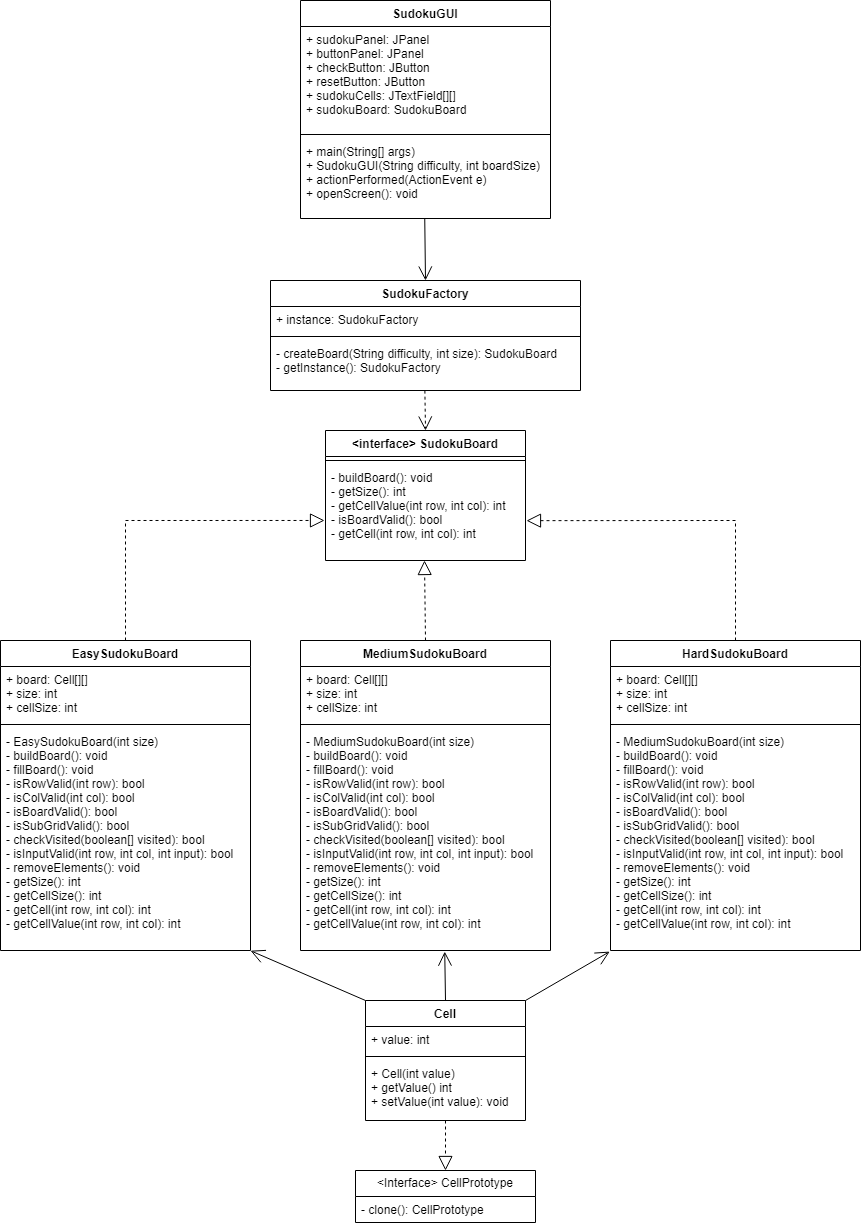
Earlier version of the draw.io export data/Prototype-UML.png (BrendanD7/Sudoku-DesignPatterns). Source tidied: cells renumbered, new cells last; positions are measured from the earlier drawing's top-left corner, leaving out a move shared by most shapes.
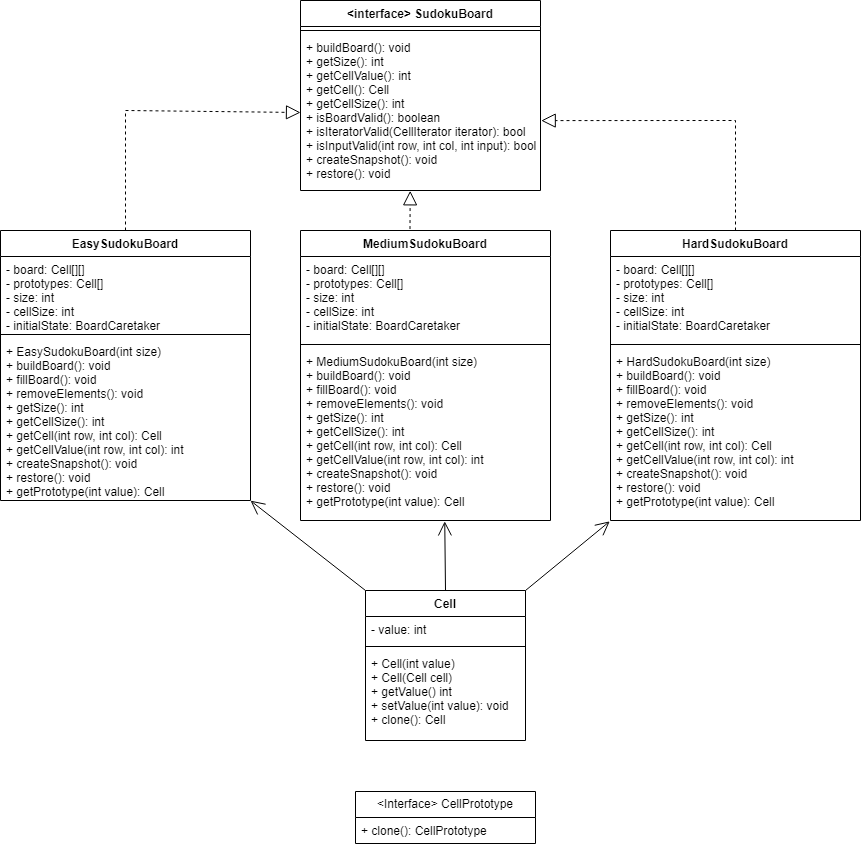
The same file after the commit.

What changed in the source:
```diff
@@ -3,130 +3,93 @@
     <mxCell id="0" />
     <mxCell id="1" parent="0" />
     <mxCell id="2" value="EasySudokuBoard" style="swimlane;fontStyle=1;align=center;verticalAlign=top;horizontal=1;startSize=26;" parent="1" vertex="1">
-      <mxGeometry y="640" width="250" height="310" as="geometry" />
+      <mxGeometry y="640" width="250" height="270" as="geometry" />
     </mxCell>
-    <mxCell id="3" value="+ board: Cell[][]&#10;+ size: int&#10;+ cellSize: int" style="text;strokeColor=none;fillColor=none;align=left;verticalAlign=top;spacingLeft=4;spacingRight=4;overflow=hidden;" parent="2" vertex="1">
-      <mxGeometry y="26" width="250" height="54" as="geometry" />
-    </mxCell>
-    <mxCell id="4" style="line;strokeWidth=1;fillColor=none;align=left;verticalAlign=middle;spacingTop=-1;spacingLeft=3;spacingRight=3;labelPosition=right;strokeColor=inherit;" parent="2" vertex="1">
-      <mxGeometry y="80" width="250" height="8" as="geometry" />
-    </mxCell>
-    <mxCell id="5" value="- EasySudokuBoard(int size)&#10;- buildBoard(): void&#10;- fillBoard(): void&#10;- isRowValid(int row): bool&#10;- isColValid(int col): bool&#10;- isBoardValid(): bool&#10;- isSubGridValid(): bool&#10;- checkVisited(boolean[] visited): bool&#10;- isInputValid(int row, int col, int input): bool&#10;- removeElements(): void&#10;- getSize(): int&#10;- getCellSize(): int&#10;- getCell(int row, int col): int&#10;- getCellValue(int row, int col): int&#10;" style="text;strokeColor=none;fillColor=none;align=left;verticalAlign=top;spacingLeft=4;spacingRight=4;overflow=hidden;points=[[0,0.5],[1,0.5]];portConstraint=eastwest;" parent="2" vertex="1">
-      <mxGeometry y="88" width="250" height="222" as="geometry" />
-    </mxCell>
+    <mxCell id="40" value="- board: Cell[][]&#10;- prototypes: Cell[]&#10;- size: int&#10;- cellSize: int&#10;- initialState: BoardCaretaker" style="text;strokeColor=none;fillColor=none;align=left;verticalAlign=top;spacingLeft=4;spacingRight=4;overflow=hidden;" parent="2" vertex="1">
+      <mxGeometry y="26" width="250" height="74" as="geometry" />
+    </mxCell>
+    <mxCell id="41" style="line;strokeWidth=1;fillColor=none;align=left;verticalAlign=middle;spacingTop=-1;spacingLeft=3;spacingRight=3;labelPosition=right;strokeColor=inherit;" parent="2" vertex="1">
+      <mxGeometry y="100" width="250" height="8" as="geometry" />
+    </mxCell>
+    <mxCell id="42" value="+ EasySudokuBoard(int size)&#10;+ buildBoard(): void&#10;+ fillBoard(): void&#10;+ removeElements(): void&#10;+ getSize(): int&#10;+ getCellSize(): int&#10;+ getCell(int row, int col): Cell&#10;+ getCellValue(int row, int col): int&#10;+ createSnapshot(): void&#10;+ restore(): void&#10;+ getPrototype(int value): Cell&#10;" style="text;strokeColor=none;fillColor=none;align=left;verticalAlign=top;spacingLeft=4;spacingRight=4;overflow=hidden;points=[[0,0.5],[1,0.5]];portConstraint=eastwest;" parent="2" vertex="1">
+      <mxGeometry y="108" width="250" height="162" as="geometry" />
+    </mxCell>
     <mxCell id="6" value="MediumSudokuBoard" style="swimlane;fontStyle=1;align=center;verticalAlign=top;horizontal=1;startSize=26;" parent="1" vertex="1">
-      <mxGeometry x="300" y="640" width="250" height="310" as="geometry" />
+      <mxGeometry x="300" y="640" width="250" height="290" as="geometry" />
     </mxCell>
-    <mxCell id="7" value="+ board: Cell[][]&#10;+ size: int&#10;+ cellSize: int" style="text;strokeColor=none;fillColor=none;align=left;verticalAlign=top;spacingLeft=4;spacingRight=4;overflow=hidden;" parent="6" vertex="1">
-      <mxGeometry y="26" width="250" height="54" as="geometry" />
-    </mxCell>
-    <mxCell id="8" style="line;strokeWidth=1;fillColor=none;align=left;verticalAlign=middle;spacingTop=-1;spacingLeft=3;spacingRight=3;labelPosition=right;strokeColor=inherit;" parent="6" vertex="1">
-      <mxGeometry y="80" width="250" height="8" as="geometry" />
-    </mxCell>
-    <mxCell id="9" value="- MediumSudokuBoard(int size)&#10;- buildBoard(): void&#10;- fillBoard(): void&#10;- isRowValid(int row): bool&#10;- isColValid(int col): bool&#10;- isBoardValid(): bool&#10;- isSubGridValid(): bool&#10;- checkVisited(boolean[] visited): bool&#10;- isInputValid(int row, int col, int input): bool&#10;- removeElements(): void&#10;- getSize(): int&#10;- getCellSize(): int&#10;- getCell(int row, int col): int&#10;- getCellValue(int row, int col): int&#10;" style="text;strokeColor=none;fillColor=none;align=left;verticalAlign=top;spacingLeft=4;spacingRight=4;overflow=hidden;points=[[0,0.5],[1,0.5]];portConstraint=eastwest;" parent="6" vertex="1">
-      <mxGeometry y="88" width="250" height="222" as="geometry" />
-    </mxCell>
+    <mxCell id="43" value="- board: Cell[][]&#10;- prototypes: Cell[]&#10;- size: int&#10;- cellSize: int&#10;- initialState: BoardCaretaker" style="text;strokeColor=none;fillColor=none;align=left;verticalAlign=top;spacingLeft=4;spacingRight=4;overflow=hidden;" parent="6" vertex="1">
+      <mxGeometry y="26" width="250" height="84" as="geometry" />
+    </mxCell>
+    <mxCell id="44" style="line;strokeWidth=1;fillColor=none;align=left;verticalAlign=middle;spacingTop=-1;spacingLeft=3;spacingRight=3;labelPosition=right;strokeColor=inherit;" parent="6" vertex="1">
+      <mxGeometry y="110" width="250" height="8" as="geometry" />
+    </mxCell>
+    <mxCell id="45" value="+ MediumSudokuBoard(int size)&#10;+ buildBoard(): void&#10;+ fillBoard(): void&#10;+ removeElements(): void&#10;+ getSize(): int&#10;+ getCellSize(): int&#10;+ getCell(int row, int col): Cell&#10;+ getCellValue(int row, int col): int&#10;+ createSnapshot(): void&#10;+ restore(): void&#10;+ getPrototype(int value): Cell&#10;" style="text;strokeColor=none;fillColor=none;align=left;verticalAlign=top;spacingLeft=4;spacingRight=4;overflow=hidden;points=[[0,0.5],[1,0.5]];portConstraint=eastwest;" parent="6" vertex="1">
+      <mxGeometry y="118" width="250" height="172" as="geometry" />
+    </mxCell>
     <mxCell id="10" value="HardSudokuBoard" style="swimlane;fontStyle=1;align=center;verticalAlign=top;horizontal=1;startSize=26;" parent="1" vertex="1">
-      <mxGeometry x="610" y="640" width="250" height="310" as="geometry" />
+      <mxGeometry x="610" y="640" width="250" height="290" as="geometry" />
     </mxCell>
-    <mxCell id="11" value="+ board: Cell[][]&#10;+ size: int&#10;+ cellSize: int" style="text;strokeColor=none;fillColor=none;align=left;verticalAlign=top;spacingLeft=4;spacingRight=4;overflow=hidden;" parent="10" vertex="1">
-      <mxGeometry y="26" width="250" height="54" as="geometry" />
-    </mxCell>
-    <mxCell id="12" style="line;strokeWidth=1;fillColor=none;align=left;verticalAlign=middle;spacingTop=-1;spacingLeft=3;spacingRight=3;labelPosition=right;strokeColor=inherit;" parent="10" vertex="1">
-      <mxGeometry y="80" width="250" height="8" as="geometry" />
-    </mxCell>
-    <mxCell id="13" value="- MediumSudokuBoard(int size)&#10;- buildBoard(): void&#10;- fillBoard(): void&#10;- isRowValid(int row): bool&#10;- isColValid(int col): bool&#10;- isBoardValid(): bool&#10;- isSubGridValid(): bool&#10;- checkVisited(boolean[] visited): bool&#10;- isInputValid(int row, int col, int input): bool&#10;- removeElements(): void&#10;- getSize(): int&#10;- getCellSize(): int&#10;- getCell(int row, int col): int&#10;- getCellValue(int row, int col): int&#10;" style="text;strokeColor=none;fillColor=none;align=left;verticalAlign=top;spacingLeft=4;spacingRight=4;overflow=hidden;points=[[0,0.5],[1,0.5]];portConstraint=eastwest;" parent="10" vertex="1">
-      <mxGeometry y="88" width="250" height="222" as="geometry" />
-    </mxCell>
+    <mxCell id="46" value="- board: Cell[][]&#10;- prototypes: Cell[]&#10;- size: int&#10;- cellSize: int&#10;- initialState: BoardCaretaker" style="text;strokeColor=none;fillColor=none;align=left;verticalAlign=top;spacingLeft=4;spacingRight=4;overflow=hidden;" parent="10" vertex="1">
+      <mxGeometry y="26" width="250" height="84" as="geometry" />
+    </mxCell>
+    <mxCell id="47" style="line;strokeWidth=1;fillColor=none;align=left;verticalAlign=middle;spacingTop=-1;spacingLeft=3;spacingRight=3;labelPosition=right;strokeColor=inherit;" parent="10" vertex="1">
+      <mxGeometry y="110" width="250" height="8" as="geometry" />
+    </mxCell>
+    <mxCell id="48" value="+ HardSudokuBoard(int size)&#10;+ buildBoard(): void&#10;+ fillBoard(): void&#10;+ removeElements(): void&#10;+ getSize(): int&#10;+ getCellSize(): int&#10;+ getCell(int row, int col): Cell&#10;+ getCellValue(int row, int col): int&#10;+ createSnapshot(): void&#10;+ restore(): void&#10;+ getPrototype(int value): Cell&#10;" style="text;strokeColor=none;fillColor=none;align=left;verticalAlign=top;spacingLeft=4;spacingRight=4;overflow=hidden;points=[[0,0.5],[1,0.5]];portConstraint=eastwest;" parent="10" vertex="1">
+      <mxGeometry y="118" width="250" height="172" as="geometry" />
+    </mxCell>
     <mxCell id="14" value="&lt;interface&gt; SudokuBoard" style="swimlane;fontStyle=1;align=center;verticalAlign=top;horizontal=1;startSize=26;" parent="1" vertex="1">
-      <mxGeometry x="325" y="430" width="200" height="130" as="geometry" />
+      <mxGeometry x="300" y="410" width="240" height="190" as="geometry" />
     </mxCell>
-    <mxCell id="15" style="line;strokeWidth=1;fillColor=none;align=left;verticalAlign=middle;spacingTop=-1;spacingLeft=3;spacingRight=3;labelPosition=right;strokeColor=inherit;" parent="14" vertex="1">
-      <mxGeometry y="26" width="200" height="8" as="geometry" />
-    </mxCell>
-    <mxCell id="16" value="- buildBoard(): void&#10;- getSize(): int&#10;- getCellValue(int row, int col): int&#10;- isBoardValid(): bool&#10;- getCell(int row, int col): int" style="text;strokeColor=none;fillColor=none;align=left;verticalAlign=top;spacingLeft=4;spacingRight=4;overflow=hidden;points=[[0,0.5],[1,0.5]];portConstraint=eastwest;" parent="14" vertex="1">
-      <mxGeometry y="34" width="200" height="96" as="geometry" />
-    </mxCell>
+    <mxCell id="49" style="line;strokeWidth=1;fillColor=none;align=left;verticalAlign=middle;spacingTop=-1;spacingLeft=3;spacingRight=3;labelPosition=right;strokeColor=inherit;" parent="14" vertex="1">
+      <mxGeometry y="26" width="240" height="8" as="geometry" />
+    </mxCell>
+    <mxCell id="50" value="+ buildBoard(): void&#10;+ getSize(): int&#10;+ getCellValue(): int&#10;+ getCell(): Cell&#10;+ getCellSize(): int&#10;+ isBoardValid(): boolean&#10;+ isIteratorValid(CellIterator iterator): bool&#10;+ isInputValid(int row, int col, int input): bool&#10;+ createSnapshot(): void&#10;+ restore(): void " style="text;strokeColor=none;fillColor=none;align=left;verticalAlign=top;spacingLeft=4;spacingRight=4;overflow=hidden;points=[[0,0.5],[1,0.5]];portConstraint=eastwest;" parent="14" vertex="1">
+      <mxGeometry y="34" width="240" height="156" as="geometry" />
+    </mxCell>
     <mxCell id="17" value="Cell" style="swimlane;fontStyle=1;align=center;verticalAlign=top;horizontal=1;startSize=26;" parent="1" vertex="1">
-      <mxGeometry x="365" y="1000" width="160" height="120" as="geometry" />
+      <mxGeometry x="365" y="1000" width="160" height="150" as="geometry" />
     </mxCell>
-    <mxCell id="18" value="+ value: int" style="text;strokeColor=none;fillColor=none;align=left;verticalAlign=top;spacingLeft=4;spacingRight=4;overflow=hidden;" parent="17" vertex="1">
-      <mxGeometry y="26" width="160" height="26" as="geometry" />
-    </mxCell>
+    <mxCell id="51" value="- value: int" style="text;strokeColor=none;fillColor=none;align=left;verticalAlign=top;spacingLeft=4;spacingRight=4;overflow=hidden;" parent="17" vertex="1">
+      <mxGeometry y="26" width="160" height="26" as="geometry" />
+    </mxCell>
     <mxCell id="19" style="line;strokeWidth=1;fillColor=none;align=left;verticalAlign=middle;spacingTop=-1;spacingLeft=3;spacingRight=3;labelPosition=right;strokeColor=inherit;" parent="17" vertex="1">
       <mxGeometry y="52" width="160" height="8" as="geometry" />
     </mxCell>
-    <mxCell id="20" value="+ Cell(int value)&#10;+ getValue() int&#10;+ setValue(int value): void" style="text;strokeColor=none;fillColor=none;align=left;verticalAlign=top;spacingLeft=4;spacingRight=4;overflow=hidden;" parent="17" vertex="1">
-      <mxGeometry y="60" width="160" height="60" as="geometry" />
-    </mxCell>
-    <mxCell id="21" value="SudokuGUI" style="swimlane;fontStyle=1;align=center;verticalAlign=top;horizontal=1;startSize=26;" parent="1" vertex="1">
-      <mxGeometry x="300" width="250" height="218" as="geometry" />
-    </mxCell>
-    <mxCell id="22" value="+ sudokuPanel: JPanel&#10;+ buttonPanel: JPanel&#10;+ checkButton: JButton&#10;+ resetButton: JButton&#10;+ sudokuCells: JTextField[][]&#10;+ sudokuBoard: SudokuBoard" style="text;strokeColor=none;fillColor=none;align=left;verticalAlign=top;spacingLeft=4;spacingRight=4;overflow=hidden;" parent="21" vertex="1">
-      <mxGeometry y="26" width="250" height="104" as="geometry" />
-    </mxCell>
-    <mxCell id="23" style="line;strokeWidth=1;fillColor=none;align=left;verticalAlign=middle;spacingTop=-1;spacingLeft=3;spacingRight=3;labelPosition=right;strokeColor=inherit;" parent="21" vertex="1">
-      <mxGeometry y="130" width="250" height="8" as="geometry" />
-    </mxCell>
-    <mxCell id="24" value="+ main(String[] args)&#10;+ SudokuGUI(String difficulty, int boardSize)&#10;+ actionPerformed(ActionEvent e)&#10;+ openScreen(): void" style="text;strokeColor=none;fillColor=none;align=left;verticalAlign=top;spacingLeft=4;spacingRight=4;overflow=hidden;points=[[0,0.5],[1,0.5]];portConstraint=eastwest;" parent="21" vertex="1">
-      <mxGeometry y="138" width="250" height="80" as="geometry" />
-    </mxCell>
-    <mxCell id="25" style="endArrow=block;dashed=1;endFill=0;endSize=12;html=1;rounded=0;entryX=0.495;entryY=1;entryDx=0;entryDy=0;entryPerimeter=0;exitX=0.5;exitY=0;exitDx=0;exitDy=0;" parent="1" edge="1" source="6" target="16">
-      <mxGeometry relative="1" as="geometry" />
-    </mxCell>
-    <mxCell id="26" style="endArrow=block;dashed=1;endFill=0;endSize=12;html=1;rounded=0;exitX=0.5;exitY=0;exitDx=0;exitDy=0;entryX=1.005;entryY=0.585;entryDx=0;entryDy=0;entryPerimeter=0;" parent="1" edge="1" source="10" target="16">
-      <mxGeometry relative="1" as="geometry">
-        <Array as="points">
-          <mxPoint x="735" y="520" />
-        </Array>
-      </mxGeometry>
-    </mxCell>
-    <mxCell id="27" style="endArrow=block;dashed=1;endFill=0;endSize=12;html=1;rounded=0;entryX=-0.005;entryY=0.583;entryDx=0;entryDy=0;exitX=0.5;exitY=0;exitDx=0;exitDy=0;entryPerimeter=0;" parent="1" edge="1" source="2" target="16">
-      <mxGeometry relative="1" as="geometry">
-        <Array as="points">
-          <mxPoint x="125" y="520" />
-        </Array>
-      </mxGeometry>
-    </mxCell>
-    <mxCell id="28" style="endArrow=open;endSize=12;dashed=1;html=1;rounded=0;exitX=0.498;exitY=1.003;exitDx=0;exitDy=0;exitPerimeter=0;entryX=0.5;entryY=0;entryDx=0;entryDy=0;" parent="1" edge="1" source="36" target="14">
-      <mxGeometry relative="1" as="geometry" />
-    </mxCell>
-    <mxCell id="29" style="endArrow=open;endFill=1;endSize=12;html=1;rounded=0;exitX=0.497;exitY=1.003;exitDx=0;exitDy=0;exitPerimeter=0;entryX=0.5;entryY=0;entryDx=0;entryDy=0;" parent="1" edge="1" source="24">
-      <mxGeometry relative="1" as="geometry">
-        <mxPoint x="425" y="280" as="targetPoint" />
-      </mxGeometry>
-    </mxCell>
-    <mxCell id="30" style="endArrow=open;endFill=1;endSize=12;html=1;rounded=0;exitX=0;exitY=0;exitDx=0;exitDy=0;entryX=1;entryY=1.001;entryDx=0;entryDy=0;entryPerimeter=0;" parent="1" edge="1" source="17" target="5">
-      <mxGeometry relative="1" as="geometry" />
-    </mxCell>
-    <mxCell id="31" style="endArrow=open;endFill=1;endSize=12;html=1;rounded=0;exitX=0.5;exitY=0;exitDx=0;exitDy=0;entryX=0.577;entryY=1.005;entryDx=0;entryDy=0;entryPerimeter=0;" parent="1" edge="1" source="17" target="9">
-      <mxGeometry relative="1" as="geometry" />
-    </mxCell>
-    <mxCell id="32" style="endArrow=open;endFill=1;endSize=12;html=1;rounded=0;exitX=1;exitY=0;exitDx=0;exitDy=0;entryX=-0.003;entryY=1.005;entryDx=0;entryDy=0;entryPerimeter=0;" parent="1" edge="1" source="17" target="13">
-      <mxGeometry relative="1" as="geometry" />
-    </mxCell>
-    <mxCell id="33" value="SudokuFactory" style="swimlane;fontStyle=1;align=center;verticalAlign=top;horizontal=1;startSize=26;" parent="1" vertex="1">
-      <mxGeometry x="270" y="280" width="310" height="110" as="geometry" />
-    </mxCell>
-    <mxCell id="34" value="+ instance: SudokuFactory" style="text;strokeColor=none;fillColor=none;align=left;verticalAlign=top;spacingLeft=4;spacingRight=4;overflow=hidden;" parent="33" vertex="1">
-      <mxGeometry y="26" width="310" height="26" as="geometry" />
-    </mxCell>
-    <mxCell id="35" style="line;strokeWidth=1;fillColor=none;align=left;verticalAlign=middle;spacingTop=-1;spacingLeft=3;spacingRight=3;labelPosition=right;strokeColor=inherit;" parent="33" vertex="1">
-      <mxGeometry y="52" width="310" height="8" as="geometry" />
-    </mxCell>
-    <mxCell id="36" value="- createBoard(String difficulty, int size): SudokuBoard&#10;- getInstance(): SudokuFactory&#10;" style="text;strokeColor=none;fillColor=none;align=left;verticalAlign=top;spacingLeft=4;spacingRight=4;overflow=hidden;points=[[0,0.5],[1,0.5]];portConstraint=eastwest;" parent="33" vertex="1">
-      <mxGeometry y="60" width="310" height="50" as="geometry" />
-    </mxCell>
+    <mxCell id="52" value="+ Cell(int value)&#10;+ Cell(Cell cell)&#10;+ getValue() int&#10;+ setValue(int value): void&#10;+ clone(): Cell" style="text;strokeColor=none;fillColor=none;align=left;verticalAlign=top;spacingLeft=4;spacingRight=4;overflow=hidden;" parent="17" vertex="1">
+      <mxGeometry y="60" width="160" height="90" as="geometry" />
+    </mxCell>
+    <mxCell id="53" style="endArrow=block;dashed=1;endFill=0;endSize=12;html=1;rounded=0;exitX=0.438;exitY=-0.005;exitDx=0;exitDy=0;exitPerimeter=0;entryX=0.457;entryY=1.002;entryDx=0;entryDy=0;entryPerimeter=0;" parent="1" edge="1" source="6" target="50">
+      <mxGeometry relative="1" as="geometry" />
+    </mxCell>
+    <mxCell id="54" style="endArrow=block;dashed=1;endFill=0;endSize=12;html=1;rounded=0;exitX=0.5;exitY=0;exitDx=0;exitDy=0;entryX=1.003;entryY=0.552;entryDx=0;entryDy=0;entryPerimeter=0;" parent="1" edge="1" source="10" target="50">
+      <mxGeometry relative="1" as="geometry">
+        <Array as="points">
+          <mxPoint x="735" y="530" />
+        </Array>
+      </mxGeometry>
+    </mxCell>
+    <mxCell id="55" style="endArrow=block;dashed=1;endFill=0;endSize=12;html=1;rounded=0;entryX=0;entryY=0.5;entryDx=0;entryDy=0;exitX=0.5;exitY=0;exitDx=0;exitDy=0;" parent="1" edge="1" source="2" target="50">
+      <mxGeometry relative="1" as="geometry">
+        <Array as="points">
+          <mxPoint x="125" y="520" />
+        </Array>
+      </mxGeometry>
+    </mxCell>
+    <mxCell id="56" style="endArrow=open;endFill=1;endSize=12;html=1;rounded=0;exitX=0;exitY=0;exitDx=0;exitDy=0;entryX=1;entryY=1.001;entryDx=0;entryDy=0;entryPerimeter=0;" parent="1" edge="1" source="17" target="42">
+      <mxGeometry relative="1" as="geometry" />
+    </mxCell>
+    <mxCell id="57" style="endArrow=open;endFill=1;endSize=12;html=1;rounded=0;exitX=0.5;exitY=0;exitDx=0;exitDy=0;entryX=0.577;entryY=1.005;entryDx=0;entryDy=0;entryPerimeter=0;" parent="1" edge="1" source="17" target="45">
+      <mxGeometry relative="1" as="geometry" />
+    </mxCell>
+    <mxCell id="58" style="endArrow=open;endFill=1;endSize=12;html=1;rounded=0;exitX=1;exitY=0;exitDx=0;exitDy=0;entryX=-0.003;entryY=1.005;entryDx=0;entryDy=0;entryPerimeter=0;" parent="1" edge="1" source="17" target="48">
+      <mxGeometry relative="1" as="geometry" />
+    </mxCell>
     <mxCell id="37" value="&amp;lt;Interface&amp;gt; CellPrototype" style="swimlane;fontStyle=0;horizontal=1;startSize=26;fillColor=none;whiteSpace=wrap;html=1;" parent="1" vertex="1">
-      <mxGeometry x="355" y="1170" width="180" height="52" as="geometry" />
+      <mxGeometry x="355" y="1201" width="180" height="52" as="geometry" />
     </mxCell>
-    <mxCell id="38" value="- clone(): CellPrototype" style="text;strokeColor=none;fillColor=none;align=left;verticalAlign=top;spacingLeft=4;spacingRight=4;overflow=hidden;whiteSpace=wrap;html=1;" parent="37" vertex="1">
-      <mxGeometry y="26" width="180" height="26" as="geometry" />
-    </mxCell>
-    <mxCell id="39" style="endArrow=block;dashed=1;endFill=0;endSize=12;html=1;rounded=0;entryX=0.5;entryY=0;entryDx=0;entryDy=0;" parent="1" edge="1" target="37">
-      <mxGeometry relative="1" as="geometry">
-        <mxPoint x="445" y="1120" as="sourcePoint" />
-      </mxGeometry>
-    </mxCell>
+    <mxCell id="59" value="+ clone(): CellPrototype" style="text;strokeColor=none;fillColor=none;align=left;verticalAlign=top;spacingLeft=4;spacingRight=4;overflow=hidden;whiteSpace=wrap;html=1;" parent="37" vertex="1">
+      <mxGeometry y="26" width="180" height="26" as="geometry" />
+    </mxCell>
   </root>
 </mxGraphModel>
```
